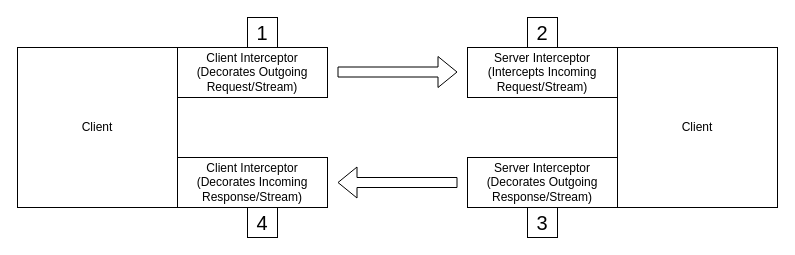
Above: docs/Part4InterceptorsInLifeOfARequest.drawio in panyam/blog (draw.io), before the change. Source tidied: cells renumbered, new cells numbered last; positions are measured from the earlier drawing's top-left corner, leaving out a move shared by most shapes. Both pictures are drawn from the tidied source at 100%, with x=0, y=0 at pixel (17, 17).
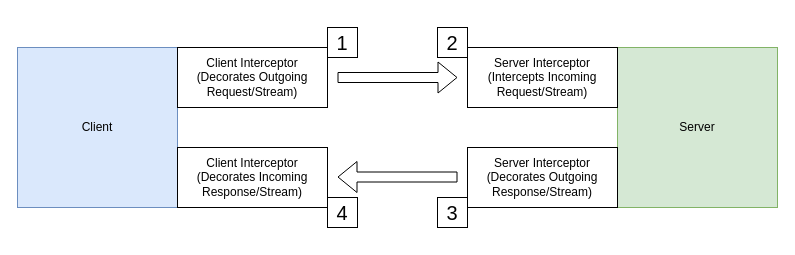
Above is the later version.

What changed in the source:
```diff
@@
 <mxGraphModel>
   <root>
     <mxCell id="0" />
     <mxCell id="1" parent="0" />
-    <mxCell id="2" value="Client" style="whiteSpace=wrap;html=1;" parent="1" vertex="1">
+    <mxCell id="2" value="Client" style="whiteSpace=wrap;html=1;fillColor=#dae8fc;strokeColor=#6c8ebf;" parent="1" vertex="1">
       <mxGeometry y="30" width="160" height="160" as="geometry" />
     </mxCell>
     <mxCell id="3" value="Client Interceptor&lt;br&gt;(Decorates Outgoing Request/Stream)" style="rounded=0;whiteSpace=wrap;html=1;rotation=0;" parent="1" vertex="1">
-      <mxGeometry x="160" y="30" width="150" height="50" as="geometry" />
+      <mxGeometry x="160" y="30" width="150" height="60" as="geometry" />
     </mxCell>
     <mxCell id="4" value="Client Interceptor&lt;br&gt;(Decorates Incoming Response/Stream)" style="rounded=0;whiteSpace=wrap;html=1;rotation=0;" parent="1" vertex="1">
-      <mxGeometry x="160" y="140" width="150" height="50" as="geometry" />
+      <mxGeometry x="160" y="130" width="150" height="60" as="geometry" />
     </mxCell>
-    <mxCell id="5" value="Client" style="whiteSpace=wrap;html=1;" parent="1" vertex="1">
+    <mxCell id="5" value="Server" style="whiteSpace=wrap;html=1;fillColor=#d5e8d4;strokeColor=#82b366;" parent="1" vertex="1">
       <mxGeometry x="600" y="30" width="160" height="160" as="geometry" />
     </mxCell>
     <mxCell id="6" value="Server Interceptor&lt;br&gt;(Intercepts Incoming Request/Stream)" style="rounded=0;whiteSpace=wrap;html=1;rotation=0;" parent="1" vertex="1">
-      <mxGeometry x="450" y="30" width="150" height="50" as="geometry" />
+      <mxGeometry x="450" y="30" width="150" height="60" as="geometry" />
     </mxCell>
     <mxCell id="7" value="Server Interceptor&lt;br&gt;(Decorates Outgoing Response/Stream)" style="rounded=0;whiteSpace=wrap;html=1;rotation=0;" parent="1" vertex="1">
-      <mxGeometry x="450" y="140" width="150" height="50" as="geometry" />
+      <mxGeometry x="450" y="130" width="150" height="60" as="geometry" />
     </mxCell>
     <mxCell id="8" style="shape=flexArrow;endArrow=classic;html=1;rounded=0;" parent="1" edge="1">
       <mxGeometry relative="1" as="geometry">
-        <mxPoint x="320" y="54.5" as="sourcePoint" />
-        <mxPoint x="440" y="54.5" as="targetPoint" />
+        <mxPoint x="320" y="60" as="sourcePoint" />
+        <mxPoint x="440" y="60" as="targetPoint" />
       </mxGeometry>
     </mxCell>
     <mxCell id="9" style="shape=flexArrow;endArrow=classic;html=1;rounded=0;" parent="1" edge="1">
       <mxGeometry relative="1" as="geometry">
-        <mxPoint x="440" y="165" as="sourcePoint" />
-        <mxPoint x="320" y="165" as="targetPoint" />
+        <mxPoint x="440" y="159.5" as="sourcePoint" />
+        <mxPoint x="320" y="159.5" as="targetPoint" />
       </mxGeometry>
     </mxCell>
     <mxCell id="10" value="&lt;font style=&quot;font-size: 20px;&quot;&gt;1&lt;/font&gt;" style="whiteSpace=wrap;html=1;" parent="1" vertex="1">
-      <mxGeometry x="230" width="30" height="30" as="geometry" />
+      <mxGeometry x="310" y="10" width="30" height="30" as="geometry" />
     </mxCell>
     <mxCell id="11" value="&lt;font style=&quot;font-size: 20px;&quot;&gt;2&lt;/font&gt;" style="whiteSpace=wrap;html=1;" parent="1" vertex="1">
-      <mxGeometry x="510" width="30" height="30" as="geometry" />
+      <mxGeometry x="420" y="10" width="30" height="30" as="geometry" />
     </mxCell>
     <mxCell id="12" value="&lt;font style=&quot;font-size: 20px;&quot;&gt;3&lt;/font&gt;" style="whiteSpace=wrap;html=1;" parent="1" vertex="1">
-      <mxGeometry x="510" y="190" width="30" height="30" as="geometry" />
+      <mxGeometry x="420" y="180" width="30" height="30" as="geometry" />
     </mxCell>
     <mxCell id="13" value="&lt;font style=&quot;font-size: 20px;&quot;&gt;4&lt;/font&gt;" style="whiteSpace=wrap;html=1;" parent="1" vertex="1">
-      <mxGeometry x="230" y="190" width="30" height="30" as="geometry" />
+      <mxGeometry x="310" y="180" width="30" height="30" as="geometry" />
     </mxCell>
   </root>
 </mxGraphModel>
```
